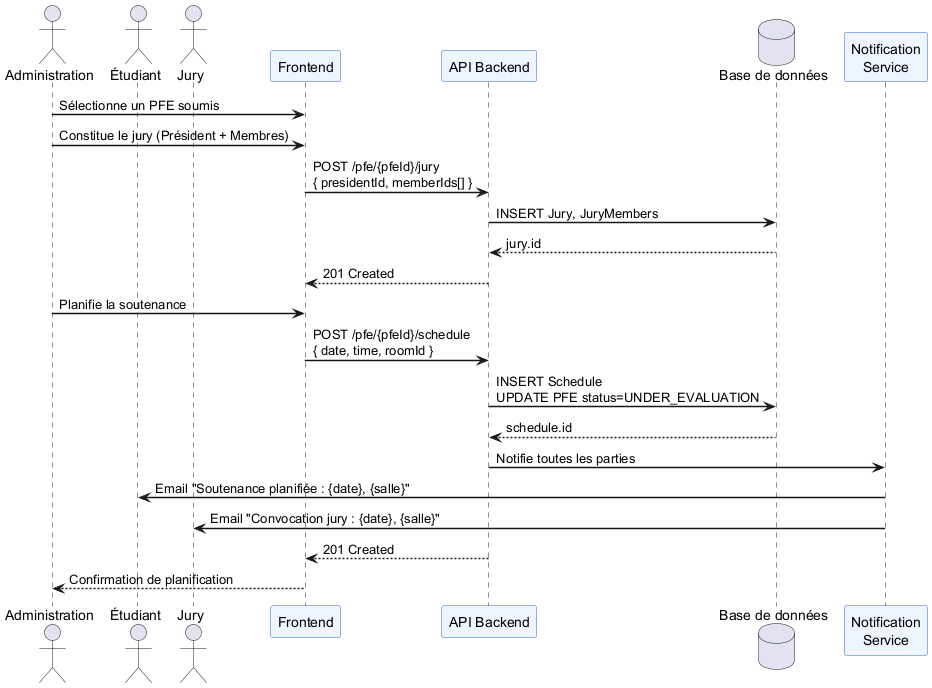
Earlier version of the PlantUML export diagrams/seq-jury-planification.png (rhpo/pfe-enhanced).
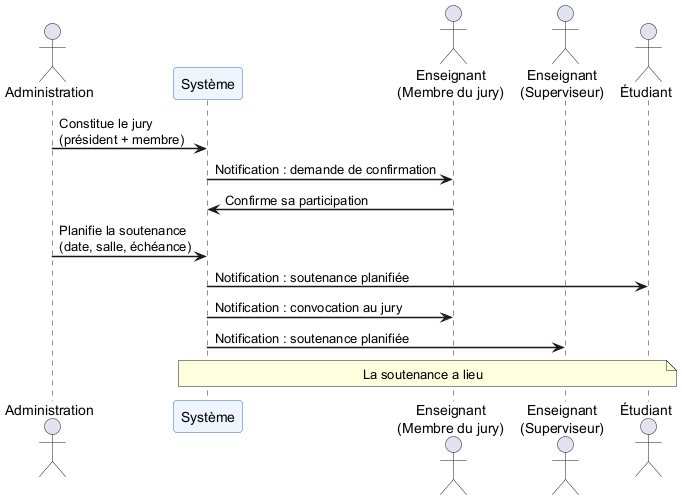
The same diagram one commit later.

Change to the diagram source:
```diff
@@ -4,27 +4,19 @@
 skinparam sequenceParticipantBorderColor #3366CC
 
 actor "Administration" as A
+participant "Système" as S
+actor "Enseignant\n(Membre du jury)" as J
+actor "Enseignant\n(Superviseur)" as T
 actor "Étudiant" as E
-actor "Jury" as J
-participant "Frontend" as FE
-participant "API Backend" as API
-database "Base de données" as DB
-participant "Notification\nService" as NS
 
-A -> FE : Sélectionne un PFE soumis
-A -> FE : Constitue le jury (Président + Membres)
-FE -> API : POST /pfe/{pfeId}/jury\n{ presidentId, memberIds[] }
-API -> DB : INSERT Jury, JuryMembers
-DB --> API : jury.id
-API --> FE : 201 Created
+A -> S : Constitue le jury\n(président + membre)
+S -> J : Notification : demande de confirmation
+J -> S : Confirme sa participation
 
-A -> FE : Planifie la soutenance
-FE -> API : POST /pfe/{pfeId}/schedule\n{ date, time, roomId }
-API -> DB : INSERT Schedule\nUPDATE PFE status=UNDER_EVALUATION
-DB --> API : schedule.id
-API -> NS : Notifie toutes les parties
-NS -> E : Email "Soutenance planifiée : {date}, {salle}"
-NS -> J : Email "Convocation jury : {date}, {salle}"
-API --> FE : 201 Created
-FE --> A : Confirmation de planification
+A -> S : Planifie la soutenance\n(date, salle, échéance)
+S -> E : Notification : soutenance planifiée
+S -> J : Notification : convocation au jury
+S -> T : Notification : soutenance planifiée
+
+note over E, S : La soutenance a lieu
 @enduml
```
